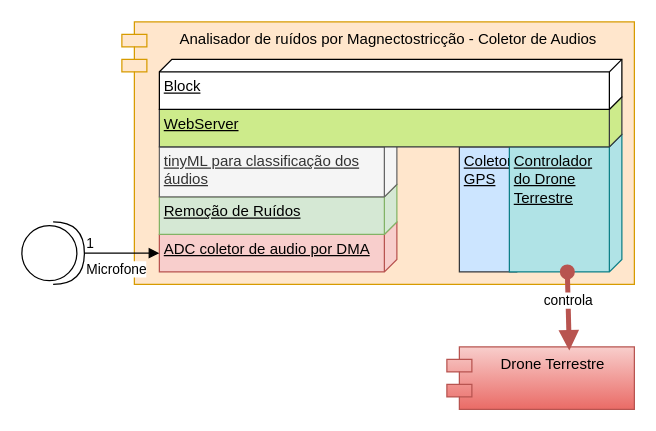
ArvoreDosSaberes/magnectostricao keeps this draw.io diagram as docs/ComponentesFirmware.drawio. Above is the earlier version. Source tidied: cells renumbered, new cells numbered last; positions are measured from the earlier drawing's top-left corner, leaving out a move shared by most shapes. Both pictures are drawn from the tidied source at 125%, with x=0, y=0 at pixel (21, 21).
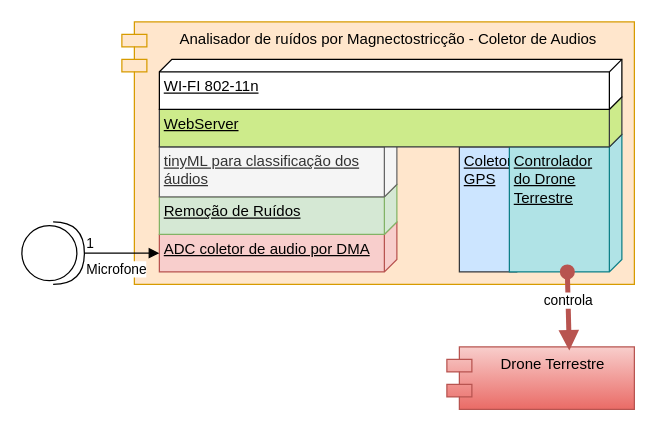
After the change.

Commit message:
correção do último bloco, WiFi

Diff of the diagram source:
```diff
@@
 <mxGraphModel>
   <root>
     <mxCell id="0" />
     <mxCell id="1" parent="0" />
     <mxCell id="2" value="Analisador de ruídos por Magnectostricção - Coletor de Audios&amp;nbsp;" style="shape=module;align=left;spacingLeft=20;align=center;verticalAlign=top;whiteSpace=wrap;html=1;fillColor=#ffe6cc;strokeColor=#d79b00;" parent="1" vertex="1">
       <mxGeometry x="80" width="410" height="210" as="geometry" />
     </mxCell>
     <mxCell id="3" value="Coletor GPS" style="verticalAlign=top;align=left;spacingTop=8;spacingLeft=2;spacingRight=12;shape=cube;size=10;direction=south;fontStyle=4;html=1;whiteSpace=wrap;fillColor=#cce5ff;strokeColor=#36393d;" parent="1" vertex="1">
       <mxGeometry x="350" y="90" width="56" height="110" as="geometry" />
     </mxCell>
     <mxCell id="4" value="Controlador do Drone Terrestre" style="verticalAlign=top;align=left;spacingTop=8;spacingLeft=2;spacingRight=12;shape=cube;size=10;direction=south;fontStyle=4;html=1;whiteSpace=wrap;fillColor=#b0e3e6;strokeColor=#0e8088;" parent="1" vertex="1">
       <mxGeometry x="390" y="90" width="90" height="110" as="geometry" />
     </mxCell>
     <mxCell id="5" style="group;" parent="1" vertex="1">
       <mxGeometry x="110" y="90" width="190" height="110" as="geometry" />
     </mxCell>
     <mxCell id="6" value="ADC coletor de audio por DMA" style="verticalAlign=top;align=left;spacingTop=8;spacingLeft=2;spacingRight=12;shape=cube;size=10;direction=south;fontStyle=4;html=1;whiteSpace=wrap;fillColor=#f8cecc;strokeColor=#b85450;" parent="5" vertex="1">
       <mxGeometry y="70" width="190" height="40" as="geometry" />
     </mxCell>
     <mxCell id="7" value="Remoção de Ruídos" style="verticalAlign=top;align=left;spacingTop=8;spacingLeft=2;spacingRight=12;shape=cube;size=10;direction=south;fontStyle=4;html=1;whiteSpace=wrap;fillColor=#d5e8d4;strokeColor=#82b366;" parent="5" vertex="1">
       <mxGeometry y="40" width="190" height="40" as="geometry" />
     </mxCell>
     <mxCell id="8" value="tinyML para classificação dos áudios" style="verticalAlign=top;align=left;spacingTop=8;spacingLeft=2;spacingRight=12;shape=cube;size=10;direction=south;fontStyle=4;html=1;whiteSpace=wrap;fillColor=#f5f5f5;fontColor=#333333;strokeColor=#666666;" parent="5" vertex="1">
       <mxGeometry width="190" height="50" as="geometry" />
     </mxCell>
     <mxCell id="9" value="WebServer" style="verticalAlign=top;align=left;spacingTop=8;spacingLeft=2;spacingRight=12;shape=cube;size=10;direction=south;fontStyle=4;html=1;whiteSpace=wrap;fillColor=#cdeb8b;strokeColor=#36393d;" parent="1" vertex="1">
       <mxGeometry x="110" y="60" width="370" height="40" as="geometry" />
     </mxCell>
-    <mxCell id="10" value="Block" style="verticalAlign=top;align=left;spacingTop=8;spacingLeft=2;spacingRight=12;shape=cube;size=10;direction=south;fontStyle=4;html=1;whiteSpace=wrap;" parent="1" vertex="1">
+    <mxCell id="10" value="WI-FI 802-11n" style="verticalAlign=top;align=left;spacingTop=8;spacingLeft=2;spacingRight=12;shape=cube;size=10;direction=south;fontStyle=4;html=1;whiteSpace=wrap;" parent="1" vertex="1">
       <mxGeometry x="110" y="30" width="370" height="40" as="geometry" />
     </mxCell>
     <mxCell id="11" value="Drone Terrestre" style="shape=module;align=left;spacingLeft=20;align=center;verticalAlign=top;whiteSpace=wrap;html=1;fillColor=#f8cecc;gradientColor=#ea6b66;strokeColor=#b85450;" parent="1" vertex="1">
       <mxGeometry x="340" y="260" width="150" height="50" as="geometry" />
     </mxCell>
     <mxCell id="12" value="controla" style="html=1;verticalAlign=bottom;startArrow=oval;startFill=1;endArrow=block;startSize=8;curved=0;rounded=0;entryX=0.653;entryY=0.06;entryDx=0;entryDy=0;entryPerimeter=0;strokeWidth=4;fillColor=#f8cecc;gradientColor=#ea6b66;strokeColor=#b85450;" parent="1" edge="1" source="4" target="11">
       <mxGeometry relative="1" as="geometry" />
     </mxCell>
     <mxCell id="13" style="shape=providedRequiredInterface;html=1;verticalLabelPosition=bottom;sketch=0;" parent="1" vertex="1">
       <mxGeometry y="160" width="50" height="50" as="geometry" />
     </mxCell>
     <mxCell id="14" value="Microfone" style="endArrow=block;endFill=1;html=1;edgeStyle=orthogonalEdgeStyle;align=left;verticalAlign=top;rounded=0;exitX=1;exitY=0.5;exitDx=0;exitDy=0;exitPerimeter=0;entryX=0;entryY=0;entryDx=25;entryDy=190;entryPerimeter=0;" parent="1" edge="1" source="13" target="6">
       <mxGeometry x="-1" relative="1" as="geometry" />
     </mxCell>
     <mxCell id="15" value="1" style="edgeLabel;html=1;align=left;verticalAlign=bottom;" parent="14" vertex="1">
       <mxGeometry x="-1" relative="1" as="geometry" />
     </mxCell>
   </root>
 </mxGraphModel>
```
